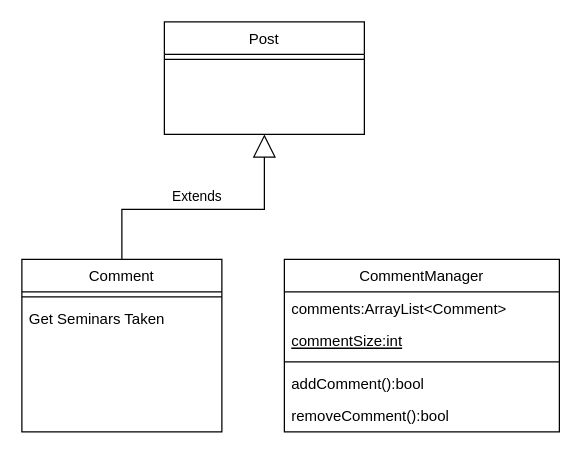
The draw.io diagram ComantarioUML.drawio in oiminion/TrabalhoPOO2, before the edit. Source tidied: cells renumbered, new cells numbered last; positions are measured from the earlier drawing's top-left corner, leaving out a move shared by most shapes. Both pictures are drawn from the tidied source at 125%, with x=0, y=0 at pixel (21, 21).
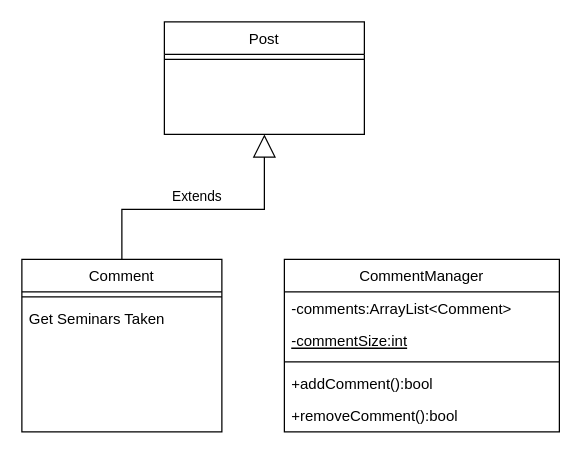
The same page after the edit.

Diff of the diagram source:
```diff
@@
 <mxGraphModel>
   <root>
     <mxCell id="0" />
     <mxCell id="1" parent="0" />
     <mxCell id="2" value="Comment" style="swimlane;fontStyle=0;align=center;verticalAlign=top;horizontal=1;startSize=26;rounded=0;shadow=0;strokeWidth=1;" parent="1" vertex="1">
       <mxGeometry y="190" width="160" height="138" as="geometry" />
     </mxCell>
     <mxCell id="3" style="line;html=1;strokeWidth=1;align=left;verticalAlign=middle;spacingTop=-1;spacingLeft=3;spacingRight=3;labelPosition=right;" parent="2" vertex="1">
       <mxGeometry y="26" width="160" height="8" as="geometry" />
     </mxCell>
     <mxCell id="4" value="Get Seminars Taken" style="text;align=left;verticalAlign=top;spacingLeft=4;spacingRight=4;overflow=hidden;" parent="2" vertex="1">
       <mxGeometry y="34" width="160" height="26" as="geometry" />
     </mxCell>
     <mxCell id="5" value="CommentManager" style="swimlane;fontStyle=0;align=center;verticalAlign=top;horizontal=1;startSize=26;rounded=0;shadow=0;strokeWidth=1;" parent="1" vertex="1">
       <mxGeometry x="210" y="190" width="220" height="138" as="geometry" />
     </mxCell>
-    <mxCell id="6" value="comments:ArrayList&lt;Comment&gt;" style="text;align=left;verticalAlign=top;spacingLeft=4;spacingRight=4;overflow=hidden;" parent="5" vertex="1">
+    <mxCell id="6" value="-comments:ArrayList&lt;Comment&gt;" style="text;align=left;verticalAlign=top;spacingLeft=4;spacingRight=4;overflow=hidden;" parent="5" vertex="1">
       <mxGeometry y="26" width="220" height="26" as="geometry" />
     </mxCell>
-    <mxCell id="7" value="commentSize:int" style="text;align=left;verticalAlign=top;spacingLeft=4;spacingRight=4;overflow=hidden;fontStyle=4;" parent="5" vertex="1">
+    <mxCell id="7" value="-commentSize:int" style="text;align=left;verticalAlign=top;spacingLeft=4;spacingRight=4;overflow=hidden;fontStyle=4;" parent="5" vertex="1">
       <mxGeometry y="52" width="220" height="26" as="geometry" />
     </mxCell>
     <mxCell id="8" style="line;html=1;strokeWidth=1;align=left;verticalAlign=middle;spacingTop=-1;spacingLeft=3;spacingRight=3;labelPosition=right;" parent="5" vertex="1">
       <mxGeometry y="78" width="220" height="8" as="geometry" />
     </mxCell>
-    <mxCell id="9" value="addComment():bool" style="text;align=left;verticalAlign=top;spacingLeft=4;spacingRight=4;overflow=hidden;" parent="5" vertex="1">
+    <mxCell id="9" value="+addComment():bool" style="text;align=left;verticalAlign=top;spacingLeft=4;spacingRight=4;overflow=hidden;" parent="5" vertex="1">
       <mxGeometry y="86" width="220" height="26" as="geometry" />
     </mxCell>
-    <mxCell id="10" value="removeComment():bool" style="text;align=left;verticalAlign=top;spacingLeft=4;spacingRight=4;overflow=hidden;" parent="5" vertex="1">
+    <mxCell id="10" value="+removeComment():bool" style="text;align=left;verticalAlign=top;spacingLeft=4;spacingRight=4;overflow=hidden;" parent="5" vertex="1">
       <mxGeometry y="112" width="220" height="26" as="geometry" />
     </mxCell>
     <mxCell id="11" value="Post&#10;" style="swimlane;fontStyle=0;align=center;verticalAlign=top;horizontal=1;startSize=26;rounded=0;shadow=0;strokeWidth=1;" parent="1" vertex="1">
       <mxGeometry x="114" width="160" height="90" as="geometry" />
     </mxCell>
     <mxCell id="12" style="line;html=1;strokeWidth=1;align=left;verticalAlign=middle;spacingTop=-1;spacingLeft=3;spacingRight=3;labelPosition=right;" parent="11" vertex="1">
       <mxGeometry y="26" width="160" height="8" as="geometry" />
     </mxCell>
     <mxCell id="13" value="Extends" style="endArrow=block;endSize=16;endFill=0;html=1;rounded=0;exitX=0.5;exitY=0;exitDx=0;exitDy=0;entryX=0.5;entryY=1;entryDx=0;entryDy=0;" parent="1" edge="1" source="2" target="11">
       <mxGeometry x="-0.07" y="10" relative="1" as="geometry">
         <Array as="points">
           <mxPoint x="80" y="150" />
           <mxPoint x="194" y="150" />
         </Array>
       </mxGeometry>
     </mxCell>
   </root>
 </mxGraphModel>
```
